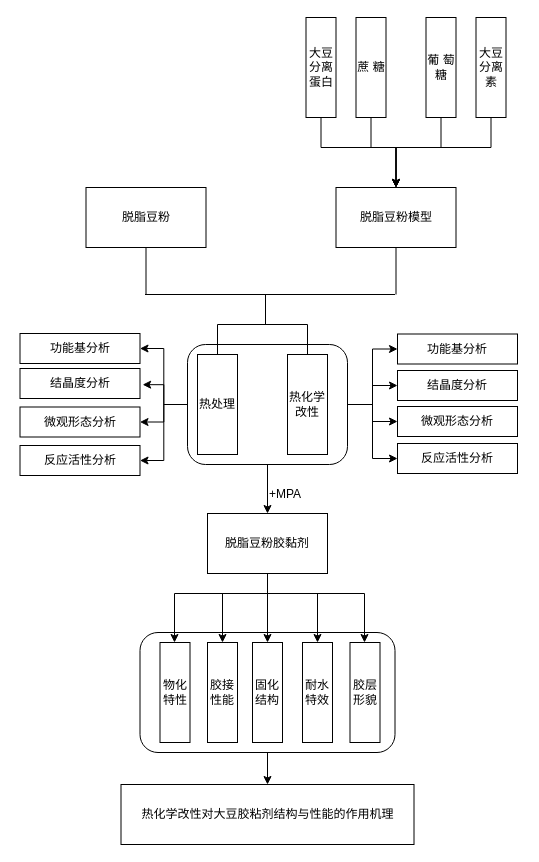
Earlier version of the draw.io diagram Untitled Diagram.drawio (zgzcir/draw.io). Source tidied: cells renumbered, new cells numbered last; positions are measured from the earlier drawing's top-left corner, leaving out a move shared by most shapes. Both pictures are drawn from the tidied source at 100%, with x=0, y=0 at pixel (19, 17).
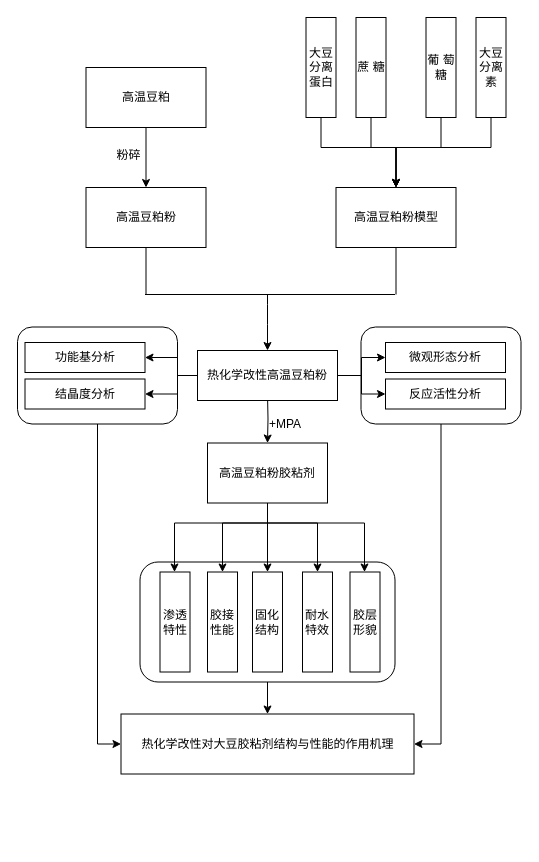
The same page after the edit.

What changed in the source:
```diff
@@
+    <mxCell id="54" style="edgeStyle=orthogonalEdgeStyle;rounded=0;jettySize=auto;html=1;entryX=1;entryY=0.5;entryDx=0;entryDy=0;" parent="1" edge="1" source="55" target="53">
+      <mxGeometry relative="1" as="geometry" />
+    </mxCell>
+    <mxCell id="55" style="rounded=1;whiteSpace=wrap;html=1;" parent="1" vertex="1">
+      <mxGeometry x="341.5" y="309.5" width="160" height="97" as="geometry" />
+    </mxCell>
+    <mxCell id="56" style="edgeStyle=orthogonalEdgeStyle;rounded=0;jettySize=auto;html=1;entryX=0;entryY=0.5;entryDx=0;entryDy=0;" parent="1" edge="1" source="57" target="53">
+      <mxGeometry relative="1" as="geometry" />
+    </mxCell>
+    <mxCell id="57" style="rounded=1;whiteSpace=wrap;html=1;" parent="1" vertex="1">
+      <mxGeometry x="-2" y="309.5" width="160" height="97" as="geometry" />
+    </mxCell>
@@
     <mxCell id="3" style="rounded=1;whiteSpace=wrap;html=1;" parent="1" vertex="1">
-      <mxGeometry x="120.5" y="615" width="255" height="120" as="geometry" />
+      <mxGeometry x="120.5" y="544.5" width="255" height="120" as="geometry" />
     </mxCell>
-    <mxCell id="4" style="edgeStyle=orthogonalEdgeStyle;rounded=0;jettySize=auto;html=1;" parent="1" edge="1" source="13" target="38">
-      <mxGeometry relative="1" as="geometry" />
+    <mxCell id="4" style="edgeStyle=orthogonalEdgeStyle;rounded=0;jettySize=auto;html=1;" parent="1" edge="1" target="38">
+      <mxGeometry relative="1" as="geometry">
+        <mxPoint x="248" y="376.5" as="sourcePoint" />
+      </mxGeometry>
     </mxCell>
-    <mxCell id="5" style="edgeStyle=orthogonalEdgeStyle;rounded=0;jettySize=auto;html=1;entryX=1;entryY=0.5;entryDx=0;entryDy=0;" parent="1" edge="1" source="13" target="45">
-      <mxGeometry relative="1" as="geometry" />
-    </mxCell>
-    <mxCell id="6" style="edgeStyle=orthogonalEdgeStyle;rounded=0;jettySize=auto;html=1;entryX=1.022;entryY=0.539;entryDx=0;entryDy=0;entryPerimeter=0;" parent="1" edge="1" source="13" target="47">
-      <mxGeometry relative="1" as="geometry" />
-    </mxCell>
-    <mxCell id="7" style="edgeStyle=orthogonalEdgeStyle;rounded=0;jettySize=auto;html=1;entryX=1;entryY=0.5;entryDx=0;entryDy=0;" parent="1" edge="1" source="13" target="48">
-      <mxGeometry relative="1" as="geometry" />
-    </mxCell>
-    <mxCell id="8" style="edgeStyle=orthogonalEdgeStyle;rounded=0;jettySize=auto;html=1;entryX=1;entryY=0.5;entryDx=0;entryDy=0;" parent="1" edge="1" source="13" target="46">
-      <mxGeometry relative="1" as="geometry" />
-    </mxCell>
-    <mxCell id="9" style="edgeStyle=orthogonalEdgeStyle;rounded=0;jettySize=auto;html=1;entryX=0;entryY=0.5;entryDx=0;entryDy=0;" parent="1" edge="1" source="13" target="49">
-      <mxGeometry relative="1" as="geometry" />
-    </mxCell>
-    <mxCell id="10" style="edgeStyle=orthogonalEdgeStyle;rounded=0;jettySize=auto;html=1;entryX=0;entryY=0.5;entryDx=0;entryDy=0;" parent="1" edge="1" source="13" target="51">
-      <mxGeometry relative="1" as="geometry" />
-    </mxCell>
-    <mxCell id="11" style="edgeStyle=orthogonalEdgeStyle;rounded=0;jettySize=auto;html=1;entryX=0;entryY=0.5;entryDx=0;entryDy=0;" parent="1" edge="1" source="13" target="50">
-      <mxGeometry relative="1" as="geometry" />
-    </mxCell>
-    <mxCell id="12" style="edgeStyle=orthogonalEdgeStyle;rounded=0;jettySize=auto;html=1;" parent="1" edge="1" source="13" target="52">
-      <mxGeometry relative="1" as="geometry" />
-    </mxCell>
-    <mxCell id="13" style="rounded=1;whiteSpace=wrap;html=1;" parent="1" vertex="1">
-      <mxGeometry x="168" y="327" width="160" height="120" as="geometry" />
-    </mxCell>
-    <mxCell id="14" value="脱脂豆粉" style="rounded=0;whiteSpace=wrap;html=1;" parent="1" vertex="1">
+    <mxCell id="14" value="高温豆粕粉" style="rounded=0;whiteSpace=wrap;html=1;" parent="1" vertex="1">
       <mxGeometry x="66.5" y="170" width="120" height="60" as="geometry" />
     </mxCell>
-    <mxCell id="15" value="脱脂豆粉模型" style="rounded=0;whiteSpace=wrap;html=1;" parent="1" vertex="1">
+    <mxCell id="15" value="高温豆粕粉模型" style="rounded=0;whiteSpace=wrap;html=1;" parent="1" vertex="1">
       <mxGeometry x="316.5" y="170" width="120" height="60" as="geometry" />
     </mxCell>
@@
-    <mxCell id="24" value="热处理" style="rounded=0;whiteSpace=wrap;html=1;" parent="1" vertex="1">
-      <mxGeometry x="178" y="337" width="40" height="100" as="geometry" />
-    </mxCell>
+    <mxCell id="58" style="edgeStyle=orthogonalEdgeStyle;rounded=0;jettySize=auto;html=1;entryX=1;entryY=0.5;entryDx=0;entryDy=0;" parent="1" edge="1" source="25" target="49">
+      <mxGeometry relative="1" as="geometry">
+        <Array as="points">
+          <mxPoint x="158" y="358" />
+          <mxPoint x="158" y="340" />
+        </Array>
+      </mxGeometry>
+    </mxCell>
+    <mxCell id="59" style="edgeStyle=orthogonalEdgeStyle;rounded=0;jettySize=auto;html=1;entryX=0;entryY=0.5;entryDx=0;entryDy=0;" parent="1" edge="1" source="25" target="52">
+      <mxGeometry relative="1" as="geometry" />
+    </mxCell>
+    <mxCell id="60" style="edgeStyle=orthogonalEdgeStyle;rounded=0;jettySize=auto;html=1;entryX=0;entryY=0.5;entryDx=0;entryDy=0;" parent="1" edge="1" source="25" target="50">
+      <mxGeometry relative="1" as="geometry" />
+    </mxCell>
+    <mxCell id="61" style="edgeStyle=orthogonalEdgeStyle;rounded=0;jettySize=auto;html=1;entryX=1;entryY=0.5;entryDx=0;entryDy=0;" parent="1" edge="1" source="25" target="51">
+      <mxGeometry relative="1" as="geometry">
+        <Array as="points">
+          <mxPoint x="158" y="358" />
+          <mxPoint x="158" y="377" />
+        </Array>
+      </mxGeometry>
+    </mxCell>
-    <mxCell id="25" value="热化学改性" style="rounded=0;whiteSpace=wrap;html=1;" parent="1" vertex="1">
-      <mxGeometry x="268" y="337" width="40" height="100" as="geometry" />
+    <mxCell id="25" value="热化学改性高温豆粕粉" style="rounded=0;whiteSpace=wrap;html=1;" parent="1" vertex="1">
+      <mxGeometry x="178" y="333" width="140" height="50" as="geometry" />
     </mxCell>
@@
-    <mxCell id="29" style="endArrow=none;html=1;" parent="1" edge="1">
-      <mxGeometry relative="1" as="geometry">
-        <mxPoint x="246" y="307" as="sourcePoint" />
-        <mxPoint x="246" y="277" as="targetPoint" />
-      </mxGeometry>
-    </mxCell>
-    <mxCell id="30" style="endArrow=none;html=1;" parent="1" edge="1">
-      <mxGeometry relative="1" as="geometry">
-        <mxPoint x="198" y="307" as="sourcePoint" />
-        <mxPoint x="288" y="307" as="targetPoint" />
-      </mxGeometry>
-    </mxCell>
-    <mxCell id="31" style="endArrow=none;html=1;exitX=0.5;exitY=0;exitDx=0;exitDy=0;" parent="1" edge="1" source="24">
-      <mxGeometry relative="1" as="geometry">
-        <mxPoint x="198" y="307" as="targetPoint" />
-      </mxGeometry>
-    </mxCell>
-    <mxCell id="32" style="endArrow=none;html=1;exitX=0.5;exitY=0;exitDx=0;exitDy=0;" parent="1" edge="1" source="25">
-      <mxGeometry relative="1" as="geometry">
-        <mxPoint x="288" y="307" as="targetPoint" />
-      </mxGeometry>
-    </mxCell>
     <mxCell id="33" style="edgeStyle=orthogonalEdgeStyle;rounded=0;jettySize=auto;html=1;" parent="1" edge="1" source="38" target="43">
       <mxGeometry relative="1" as="geometry">
         <Array as="points">
-          <mxPoint x="248" y="576" />
-          <mxPoint x="298" y="576" />
+          <mxPoint x="248" y="505.5" />
+          <mxPoint x="298" y="505.5" />
         </Array>
       </mxGeometry>
     </mxCell>
@@
     <mxCell id="35" style="edgeStyle=orthogonalEdgeStyle;rounded=0;jettySize=auto;html=1;" parent="1" edge="1" source="38" target="41">
       <mxGeometry relative="1" as="geometry">
         <Array as="points">
-          <mxPoint x="248" y="576" />
-          <mxPoint x="203" y="576" />
+          <mxPoint x="248" y="505.5" />
+          <mxPoint x="203" y="505.5" />
         </Array>
       </mxGeometry>
     </mxCell>
     <mxCell id="36" style="edgeStyle=orthogonalEdgeStyle;rounded=0;jettySize=auto;html=1;" parent="1" edge="1" source="38" target="40">
       <mxGeometry relative="1" as="geometry">
         <Array as="points">
-          <mxPoint x="248" y="576" />
-          <mxPoint x="155" y="576" />
+          <mxPoint x="248" y="505.5" />
+          <mxPoint x="155" y="505.5" />
         </Array>
       </mxGeometry>
     </mxCell>
     <mxCell id="37" style="edgeStyle=orthogonalEdgeStyle;rounded=0;jettySize=auto;html=1;" parent="1" edge="1" source="38" target="44">
       <mxGeometry relative="1" as="geometry">
         <Array as="points">
-          <mxPoint x="248" y="576" />
-          <mxPoint x="345" y="576" />
+          <mxPoint x="248" y="505.5" />
+          <mxPoint x="345" y="505.5" />
         </Array>
       </mxGeometry>
     </mxCell>
-    <mxCell id="38" value="脱脂豆粉胶黏剂" style="rounded=0;whiteSpace=wrap;html=1;" parent="1" vertex="1">
-      <mxGeometry x="188" y="496" width="120" height="60" as="geometry" />
+    <mxCell id="38" value="高温豆粕粉胶粘剂" style="rounded=0;whiteSpace=wrap;html=1;" parent="1" vertex="1">
+      <mxGeometry x="188" y="425.5" width="120" height="60" as="geometry" />
     </mxCell>
     <mxCell id="39" value="+MPA" style="text;html=1;align=left;verticalAlign=top;spacingTop=-4;" parent="1" vertex="1">
-      <mxGeometry x="248" y="467" width="50" height="20" as="geometry" />
+      <mxGeometry x="248" y="396.5" width="50" height="20" as="geometry" />
     </mxCell>
-    <mxCell id="40" value="物化特性" style="rounded=0;whiteSpace=wrap;html=1;" parent="1" vertex="1">
-      <mxGeometry x="140.5" y="625" width="30" height="100" as="geometry" />
+    <mxCell id="40" value="渗透特性" style="rounded=0;whiteSpace=wrap;html=1;" parent="1" vertex="1">
+      <mxGeometry x="140.5" y="554.5" width="30" height="100" as="geometry" />
     </mxCell>
     <mxCell id="41" value="胶接性能" style="rounded=0;whiteSpace=wrap;html=1;" parent="1" vertex="1">
-      <mxGeometry x="188" y="625" width="30" height="100" as="geometry" />
+      <mxGeometry x="188" y="554.5" width="30" height="100" as="geometry" />
     </mxCell>
     <mxCell id="42" value="固化结构" style="rounded=0;whiteSpace=wrap;html=1;" parent="1" vertex="1">
-      <mxGeometry x="233" y="625" width="30" height="100" as="geometry" />
+      <mxGeometry x="233" y="554.5" width="30" height="100" as="geometry" />
     </mxCell>
     <mxCell id="43" value="耐水特效" style="rounded=0;whiteSpace=wrap;html=1;" parent="1" vertex="1">
-      <mxGeometry x="283" y="625" width="30" height="100" as="geometry" />
+      <mxGeometry x="283" y="554.5" width="30" height="100" as="geometry" />
     </mxCell>
     <mxCell id="44" value="胶层形貌" style="rounded=0;whiteSpace=wrap;html=1;" parent="1" vertex="1">
-      <mxGeometry x="330.5" y="625" width="30" height="100" as="geometry" />
+      <mxGeometry x="330.5" y="554.5" width="30" height="100" as="geometry" />
     </mxCell>
-    <mxCell id="45" value="功能基分析" style="rounded=0;whiteSpace=wrap;html=1;" parent="1" vertex="1">
-      <mxGeometry x="0.5" y="316" width="120" height="30" as="geometry" />
-    </mxCell>
-    <mxCell id="46" value="反应活性分析" style="rounded=0;whiteSpace=wrap;html=1;" parent="1" vertex="1">
-      <mxGeometry x="0.5" y="428" width="120" height="30" as="geometry" />
-    </mxCell>
-    <mxCell id="47" value="结晶度分析" style="rounded=0;whiteSpace=wrap;html=1;" parent="1" vertex="1">
-      <mxGeometry x="0.5" y="351" width="120" height="30" as="geometry" />
-    </mxCell>
-    <mxCell id="48" value="微观形态分析" style="rounded=0;whiteSpace=wrap;html=1;" parent="1" vertex="1">
-      <mxGeometry x="0.5" y="389.5" width="120" height="30" as="geometry" />
-    </mxCell>
     <mxCell id="49" value="功能基分析" style="rounded=0;whiteSpace=wrap;html=1;" parent="1" vertex="1">
-      <mxGeometry x="378" y="316.5" width="120" height="30" as="geometry" />
+      <mxGeometry x="5.5" y="325" width="120" height="30" as="geometry" />
     </mxCell>
     <mxCell id="50" value="反应活性分析" style="rounded=0;whiteSpace=wrap;html=1;" parent="1" vertex="1">
-      <mxGeometry x="378" y="426" width="120" height="30" as="geometry" />
+      <mxGeometry x="366" y="361.5" width="120" height="30" as="geometry" />
     </mxCell>
     <mxCell id="51" value="结晶度分析" style="rounded=0;whiteSpace=wrap;html=1;" parent="1" vertex="1">
-      <mxGeometry x="378" y="353" width="120" height="30" as="geometry" />
+      <mxGeometry x="5.5" y="361.5" width="120" height="30" as="geometry" />
     </mxCell>
     <mxCell id="52" value="微观形态分析" style="rounded=0;whiteSpace=wrap;html=1;" parent="1" vertex="1">
-      <mxGeometry x="378" y="389" width="120" height="30" as="geometry" />
+      <mxGeometry x="366" y="325" width="120" height="30" as="geometry" />
     </mxCell>
     <mxCell id="53" value="热化学改性对大豆胶粘剂结构与性能的作用机理" style="rounded=0;whiteSpace=wrap;html=1;" parent="1" vertex="1">
-      <mxGeometry x="101.5" y="767" width="293" height="60" as="geometry" />
+      <mxGeometry x="101.5" y="696.5" width="293" height="60" as="geometry" />
     </mxCell>
+    <mxCell id="62" style="edgeStyle=orthogonalEdgeStyle;rounded=0;jettySize=auto;html=1;entryX=0.5;entryY=0;entryDx=0;entryDy=0;" parent="1" edge="1" source="64" target="14">
+      <mxGeometry relative="1" as="geometry" />
+    </mxCell>
+    <mxCell id="63" value="粉碎" style="text;html=1;align=center;verticalAlign=middle;labelBackgroundColor=#ffffff;" parent="62" vertex="1">
+      <mxGeometry y="7" relative="1" as="geometry">
+        <mxPoint x="-25.5" y="-3" as="offset" />
+      </mxGeometry>
+    </mxCell>
+    <mxCell id="64" value="高温豆粕" style="rounded=0;whiteSpace=wrap;html=1;" parent="1" vertex="1">
+      <mxGeometry x="66.5" y="50" width="120" height="60" as="geometry" />
+    </mxCell>
+    <mxCell id="65" style="endArrow=classic;html=1;entryX=0.5;entryY=0;entryDx=0;entryDy=0;" parent="1" edge="1" target="25">
+      <mxGeometry relative="1" as="geometry">
+        <mxPoint x="248" y="277" as="sourcePoint" />
+        <Array as="points">
+          <mxPoint x="248" y="297" />
+        </Array>
+      </mxGeometry>
+    </mxCell>
```
